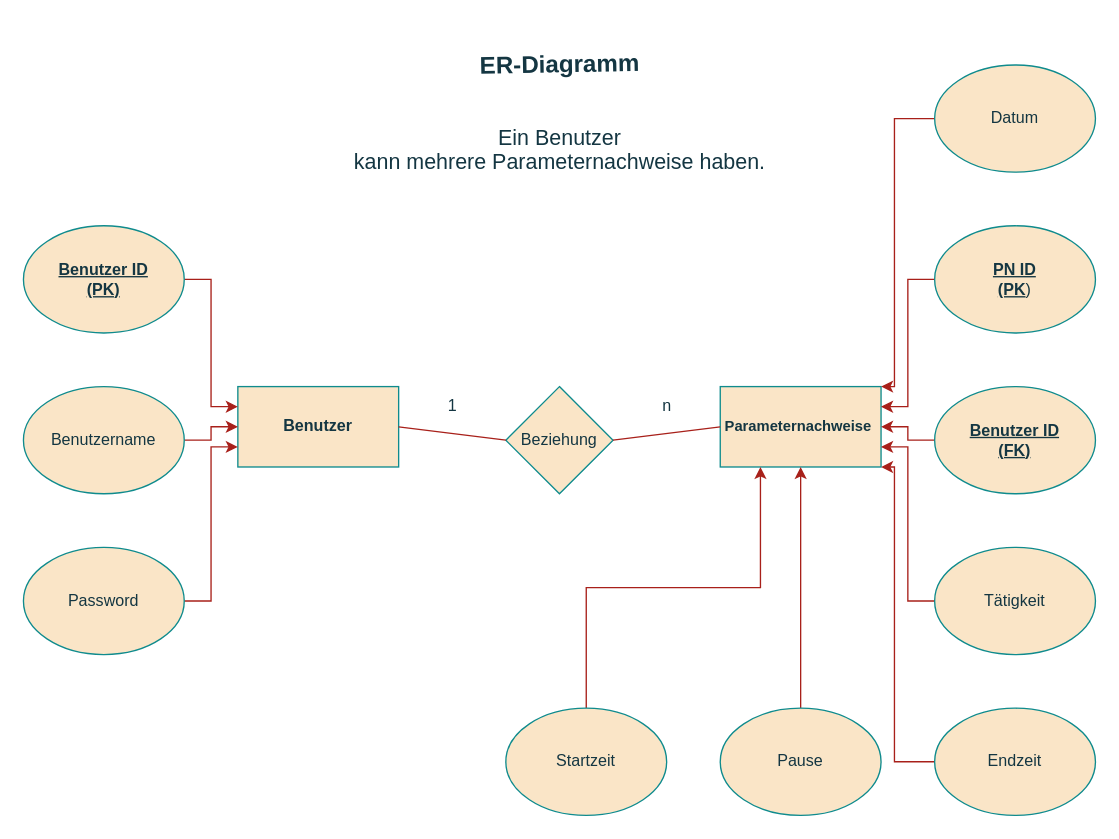
Before: CardioVaskular_ER_Diagramm.drawio in PythonPokemon/Draw.io, a draw.io diagram. Source tidied: cells renumbered, new cells numbered last; positions are measured from the earlier drawing's top-left corner, leaving out a move shared by most shapes. Both pictures are drawn from the tidied source at 134%, with x=0, y=0 at pixel (23, 24).
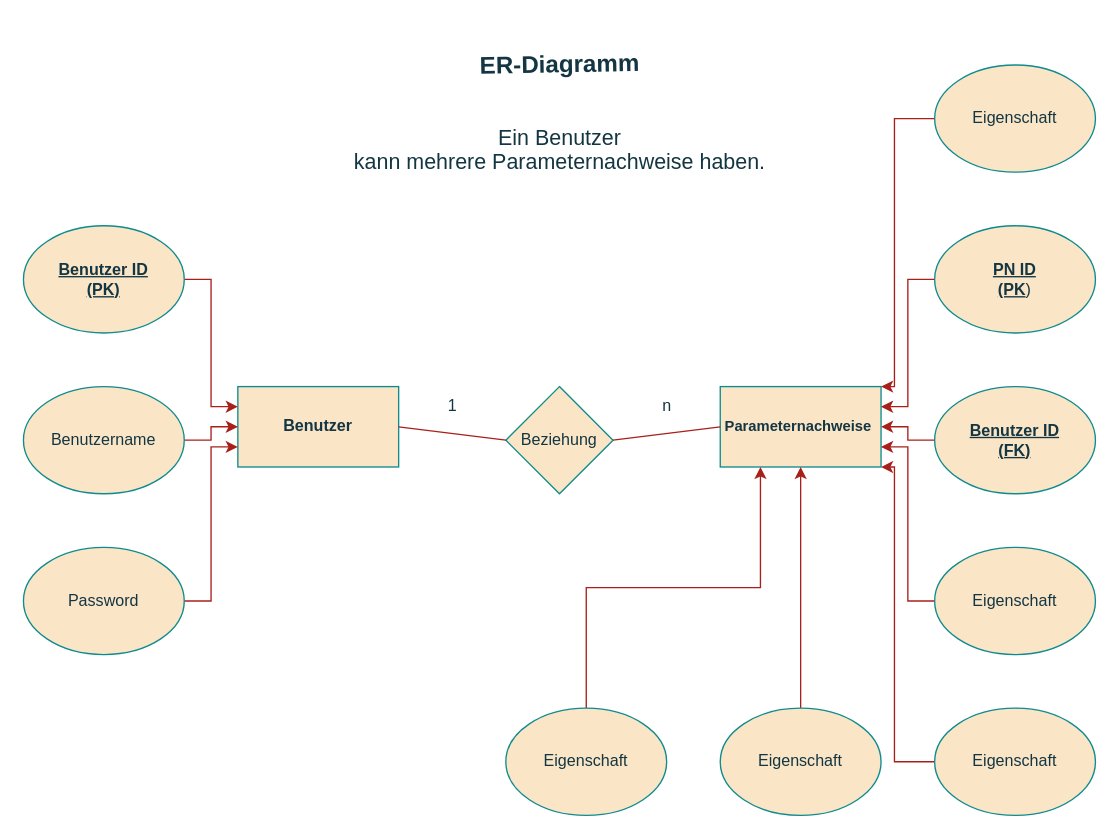
After the change.

Change to the diagram source:
```diff
@@
-    <mxCell id="18" value="Tätigkeit" style="ellipse;whiteSpace=wrap;html=1;labelBackgroundColor=none;fillColor=#FAE5C7;strokeColor=#0F8B8D;fontColor=#143642;" parent="1" vertex="1">
+    <mxCell id="18" value="Eigenschaft" style="ellipse;whiteSpace=wrap;html=1;labelBackgroundColor=none;fillColor=#FAE5C7;strokeColor=#0F8B8D;fontColor=#143642;" parent="1" vertex="1">
       <mxGeometry x="680" y="390" width="120" height="80" as="geometry" />
     </mxCell>
@@
-    <mxCell id="20" value="Endzeit" style="ellipse;whiteSpace=wrap;html=1;labelBackgroundColor=none;fillColor=#FAE5C7;strokeColor=#0F8B8D;fontColor=#143642;" parent="1" vertex="1">
+    <mxCell id="20" value="Eigenschaft" style="ellipse;whiteSpace=wrap;html=1;labelBackgroundColor=none;fillColor=#FAE5C7;strokeColor=#0F8B8D;fontColor=#143642;" parent="1" vertex="1">
       <mxGeometry x="680" y="510" width="120" height="80" as="geometry" />
     </mxCell>
@@
-    <mxCell id="22" value="Datum" style="ellipse;whiteSpace=wrap;html=1;labelBackgroundColor=none;fillColor=#FAE5C7;strokeColor=#0F8B8D;fontColor=#143642;" parent="1" vertex="1">
+    <mxCell id="22" value="Eigenschaft" style="ellipse;whiteSpace=wrap;html=1;labelBackgroundColor=none;fillColor=#FAE5C7;strokeColor=#0F8B8D;fontColor=#143642;" parent="1" vertex="1">
       <mxGeometry x="680" y="30" width="120" height="80" as="geometry" />
     </mxCell>
@@
-    <mxCell id="24" value="Startzeit" style="ellipse;whiteSpace=wrap;html=1;labelBackgroundColor=none;fillColor=#FAE5C7;strokeColor=#0F8B8D;fontColor=#143642;" parent="1" vertex="1">
+    <mxCell id="24" value="Eigenschaft" style="ellipse;whiteSpace=wrap;html=1;labelBackgroundColor=none;fillColor=#FAE5C7;strokeColor=#0F8B8D;fontColor=#143642;" parent="1" vertex="1">
       <mxGeometry x="360" y="510" width="120" height="80" as="geometry" />
     </mxCell>
@@
-    <mxCell id="26" value="Pause" style="ellipse;whiteSpace=wrap;html=1;labelBackgroundColor=none;fillColor=#FAE5C7;strokeColor=#0F8B8D;fontColor=#143642;" parent="1" vertex="1">
+    <mxCell id="26" value="Eigenschaft" style="ellipse;whiteSpace=wrap;html=1;labelBackgroundColor=none;fillColor=#FAE5C7;strokeColor=#0F8B8D;fontColor=#143642;" parent="1" vertex="1">
       <mxGeometry x="520" y="510" width="120" height="80" as="geometry" />
     </mxCell>
```
